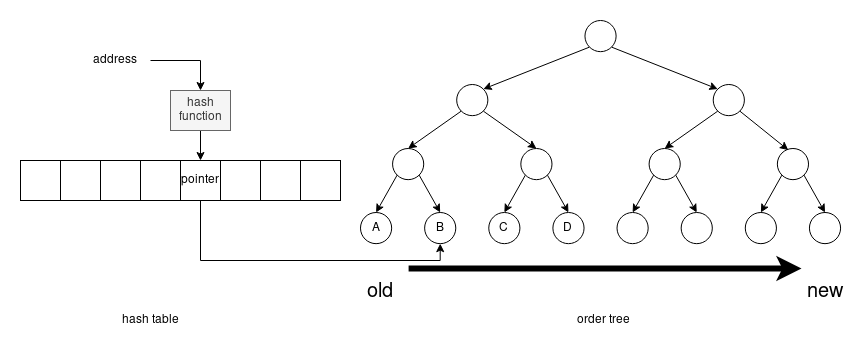
This is images/雜湊順序樹.png from MROS/ntu-thesis, a draw.io export, as it was before one commit. Source tidied: cells renumbered, new cells last; positions are measured from the earlier drawing's top-left corner, leaving out a move shared by most shapes.
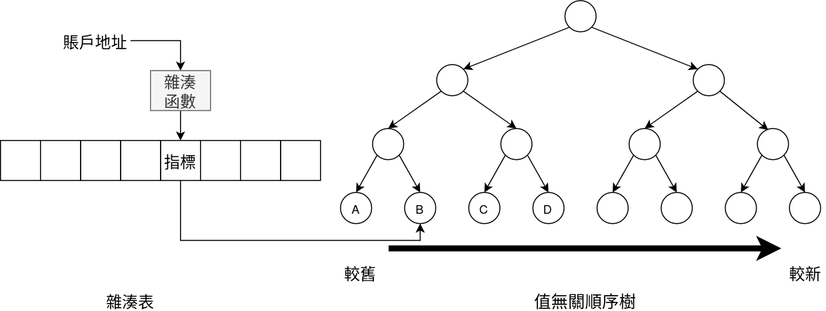
Later version of the same file.

The edit, as a diff of the source:
```diff
@@ -98,10 +98,10 @@
         <mxPoint x="440.9" y="248" as="targetPoint" />
       </mxGeometry>
     </mxCell>
-    <mxCell id="33" value="&lt;font style=&quot;font-size: 20px&quot;&gt;old&lt;/font&gt;" style="text;html=1;strokeColor=none;fillColor=none;align=center;verticalAlign=middle;whiteSpace=wrap;rounded=0;" parent="2" vertex="1">
+    <mxCell id="33" value="&lt;font style=&quot;font-size: 16px&quot;&gt;較舊&lt;/font&gt;" style="text;html=1;strokeColor=none;fillColor=none;align=center;verticalAlign=middle;whiteSpace=wrap;rounded=0;" parent="2" vertex="1">
       <mxGeometry y="264" width="40.1" height="16" as="geometry" />
     </mxCell>
-    <mxCell id="34" value="&lt;font style=&quot;font-size: 20px&quot;&gt;new&lt;/font&gt;" style="text;html=1;strokeColor=none;fillColor=none;align=center;verticalAlign=middle;whiteSpace=wrap;rounded=0;" parent="2" vertex="1">
+    <mxCell id="34" value="&lt;font style=&quot;font-size: 16px&quot;&gt;較新&lt;/font&gt;" style="text;html=1;strokeColor=none;fillColor=none;align=center;verticalAlign=middle;whiteSpace=wrap;rounded=0;" parent="2" vertex="1">
       <mxGeometry x="444.9" y="264" width="40.1" height="16" as="geometry" />
     </mxCell>
     <mxCell id="35" style="rounded=0;whiteSpace=wrap;html=1;" parent="1" vertex="1">
@@ -115,7 +115,7 @@
         </Array>
       </mxGeometry>
     </mxCell>
-    <mxCell id="37" value="pointer" style="rounded=0;whiteSpace=wrap;html=1;" parent="1" vertex="1">
+    <mxCell id="37" value="&lt;font style=&quot;font-size: 16px&quot;&gt;指標&lt;/font&gt;" style="rounded=0;whiteSpace=wrap;html=1;" parent="1" vertex="1">
       <mxGeometry x="160" y="140" width="40" height="40" as="geometry" />
     </mxCell>
     <mxCell id="38" style="rounded=0;whiteSpace=wrap;html=1;" parent="1" vertex="1">
@@ -139,20 +139,20 @@
     <mxCell id="44" style="edgeStyle=orthogonalEdgeStyle;rounded=0;jettySize=auto;html=1;entryX=0.5;entryY=0;entryDx=0;entryDy=0;" parent="1" edge="1" source="46" target="37">
       <mxGeometry relative="1" as="geometry" />
     </mxCell>
-    <mxCell id="45" value="address" style="text;html=1;strokeColor=none;fillColor=none;align=center;verticalAlign=middle;whiteSpace=wrap;rounded=0;" parent="1" vertex="1">
+    <mxCell id="45" value="&lt;font style=&quot;font-size: 16px&quot;&gt;賬戶地址&lt;/font&gt;" style="text;html=1;strokeColor=none;fillColor=none;align=center;verticalAlign=middle;whiteSpace=wrap;rounded=0;" parent="1" vertex="1">
       <mxGeometry x="60" y="30" width="70" height="20" as="geometry" />
     </mxCell>
-    <mxCell id="46" value="hash function" style="text;html=1;align=center;verticalAlign=middle;whiteSpace=wrap;rounded=0;fillColor=#f5f5f5;strokeColor=#666666;fontColor=#333333;" parent="1" vertex="1">
+    <mxCell id="46" value="&lt;div&gt;&lt;font style=&quot;font-size: 16px&quot;&gt;雜湊&lt;/font&gt;&lt;/div&gt;&lt;div&gt;&lt;font style=&quot;font-size: 16px&quot;&gt;函數&lt;/font&gt;&lt;/div&gt;" style="text;html=1;align=center;verticalAlign=middle;whiteSpace=wrap;rounded=0;fillColor=#f5f5f5;strokeColor=#666666;fontColor=#333333;" parent="1" vertex="1">
       <mxGeometry x="150" y="70" width="60" height="40" as="geometry" />
     </mxCell>
     <mxCell id="47" style="edgeStyle=orthogonalEdgeStyle;rounded=0;jettySize=auto;html=1;entryX=0.5;entryY=0;entryDx=0;entryDy=0;" parent="1" edge="1" source="45" target="46">
       <mxGeometry relative="1" as="geometry" />
     </mxCell>
-    <mxCell id="48" value="hash table" style="text;html=1;strokeColor=none;fillColor=none;align=center;verticalAlign=middle;whiteSpace=wrap;rounded=0;" parent="1" vertex="1">
+    <mxCell id="48" value="&lt;font style=&quot;font-size: 16px&quot;&gt;雜湊表&lt;/font&gt;" style="text;html=1;strokeColor=none;fillColor=none;align=center;verticalAlign=middle;whiteSpace=wrap;rounded=0;" parent="1" vertex="1">
       <mxGeometry x="90" y="290" width="80" height="20" as="geometry" />
     </mxCell>
-    <mxCell id="49" value="order tree" style="text;html=1;strokeColor=none;fillColor=none;align=center;verticalAlign=middle;whiteSpace=wrap;rounded=0;" parent="1" vertex="1">
-      <mxGeometry x="542.5" y="290" width="80" height="20" as="geometry" />
+    <mxCell id="49" value="&lt;font style=&quot;font-size: 17px&quot;&gt;值無關順序樹&lt;/font&gt;" style="text;html=1;strokeColor=none;fillColor=none;align=center;verticalAlign=middle;whiteSpace=wrap;rounded=0;" parent="1" vertex="1">
+      <mxGeometry x="520" y="290" width="130" height="20" as="geometry" />
     </mxCell>
   </root>
 </mxGraphModel>
```
